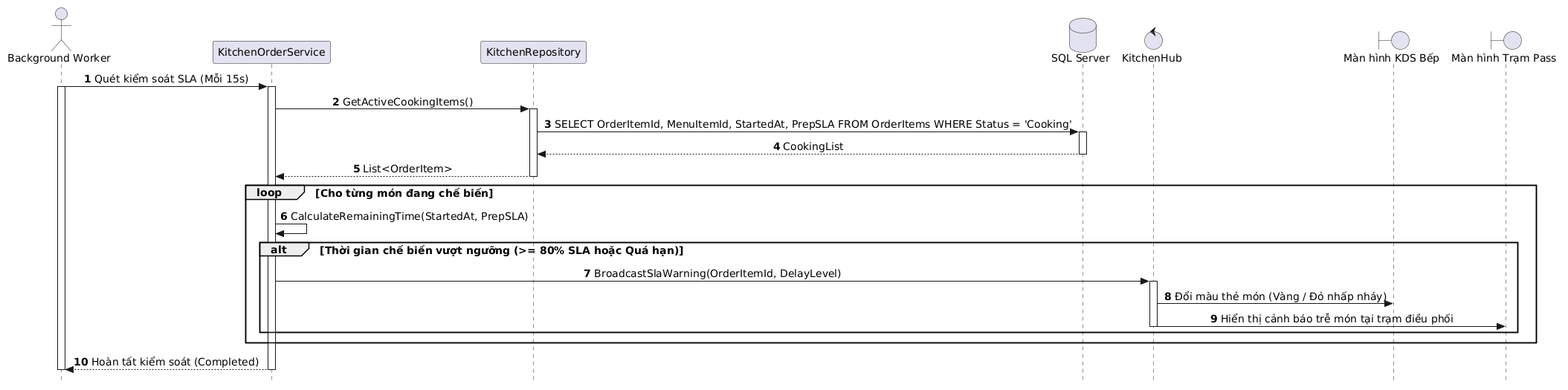
The PlantUML diagram out/docs/puml/sequences/SD_UC_S4_Theo_Doi_Canh_Bao_Thoi_Gian_Order/SD_UC_S4_Theo_Doi_Canh_Bao_Thoi_Gian_Order.png in AndrewQng/VinDining, before a commit.
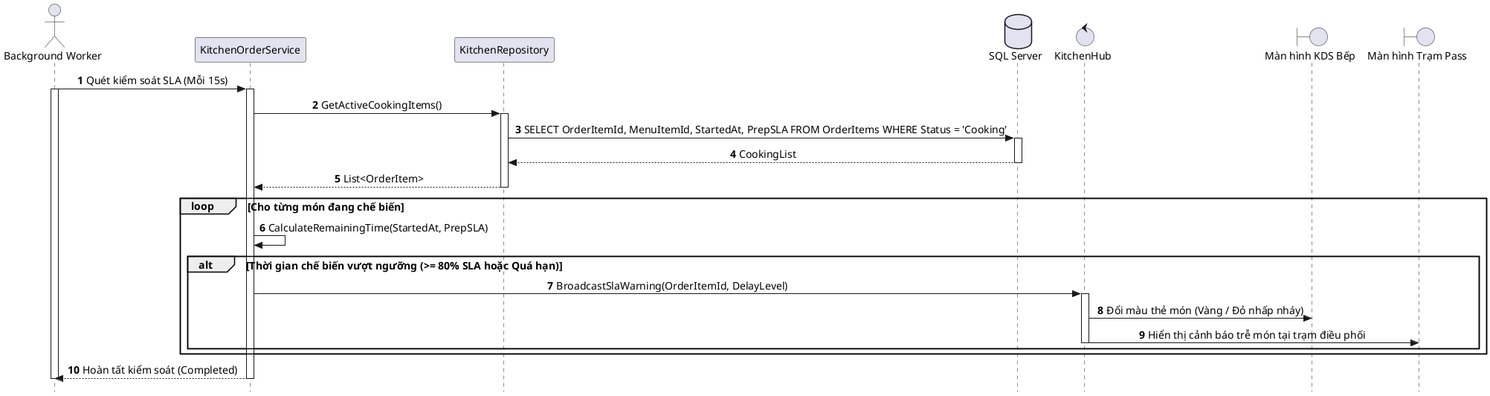
Later version of the same file.

What changed in the source:
```diff
@@ -1,4 +1,4 @@
-@startuml
+@startuml SD_UC_S4_Theo_Doi_Canh_Bao_Thoi_Gian_Order
 autonumber
 skinparam style strictuml
 skinparam sequenceMessageAlign center
```
